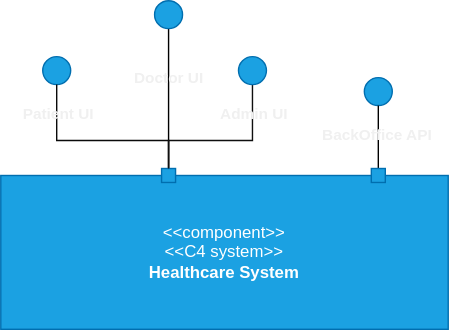
Before: docs/sprint-1/team-decisions/views/logical-view/healthcare_system_vl1.drawio.svg, a diagram exported from draw.io (rita-barbosa/LAPR5-2425). Source tidied: cells renumbered, new cells last; positions are measured from the earlier drawing's top-left corner, leaving out a move shared by most shapes.
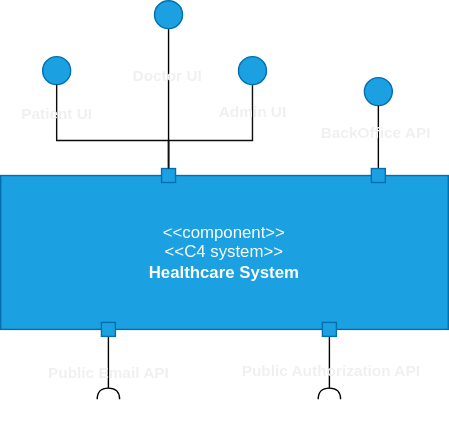
Above is the later version.

Change to the diagram source:
```diff
@@ -69,5 +69,35 @@
     <mxCell id="18" style="ellipse;whiteSpace=wrap;html=1;fillColor=#1ba1e2;fontColor=#ffffff;strokeColor=#006EAF;" parent="8" vertex="1">
       <mxGeometry x="140" y="40" width="20" height="20" as="geometry" />
     </mxCell>
+    <mxCell id="19" style="group;rotation=-180;" parent="1" vertex="1">
+      <mxGeometry x="180" y="230" width="20" height="75" as="geometry" />
+    </mxCell>
+    <mxCell id="20" style="edgeStyle=orthogonalEdgeStyle;rounded=0;orthogonalLoop=1;jettySize=auto;html=1;entryX=0.5;entryY=0;entryDx=0;entryDy=0;endArrow=none;endFill=0;fontColor=#000000;strokeColor=#000000;startArrow=halfCircle;startFill=0;" parent="19" edge="1">
+      <mxGeometry relative="1" as="geometry">
+        <mxPoint x="55" y="55" as="sourcePoint" />
+        <mxPoint x="55" y="10" as="targetPoint" />
+      </mxGeometry>
+    </mxCell>
+    <mxCell id="21" value="Public Authorization API" style="edgeLabel;html=1;align=center;verticalAlign=middle;labelBackgroundColor=none;fontStyle=1;" parent="20" vertex="1">
+      <mxGeometry x="-0.09" y="-1" relative="1" as="geometry" />
+    </mxCell>
+    <mxCell id="22" style="rounded=0;whiteSpace=wrap;html=1;fillColor=#1ba1e2;fontColor=#ffffff;strokeColor=#006EAF;rotation=-180;" parent="19" vertex="1">
+      <mxGeometry x="50" width="10" height="10" as="geometry" />
+    </mxCell>
+    <mxCell id="23" style="group;rotation=-180;" parent="1" vertex="1">
+      <mxGeometry x="67" y="230" width="20" height="75" as="geometry" />
+    </mxCell>
+    <mxCell id="24" style="edgeStyle=orthogonalEdgeStyle;rounded=0;orthogonalLoop=1;jettySize=auto;html=1;entryX=0.5;entryY=0;entryDx=0;entryDy=0;endArrow=none;endFill=0;fontColor=#000000;strokeColor=#000000;startArrow=halfCircle;startFill=0;" parent="23" edge="1">
+      <mxGeometry relative="1" as="geometry">
+        <mxPoint x="10" y="55" as="sourcePoint" />
+        <mxPoint x="10" y="10" as="targetPoint" />
+      </mxGeometry>
+    </mxCell>
+    <mxCell id="25" value="Public Email API" style="edgeLabel;html=1;align=center;verticalAlign=middle;labelBackgroundColor=none;fontStyle=1;" parent="24" vertex="1">
+      <mxGeometry x="-0.15" relative="1" as="geometry" />
+    </mxCell>
+    <mxCell id="26" style="rounded=0;whiteSpace=wrap;html=1;fillColor=#1ba1e2;fontColor=#ffffff;strokeColor=#006EAF;rotation=-180;" parent="23" vertex="1">
+      <mxGeometry x="5" width="10" height="10" as="geometry" />
+    </mxCell>
   </root>
 </mxGraphModel>
```
